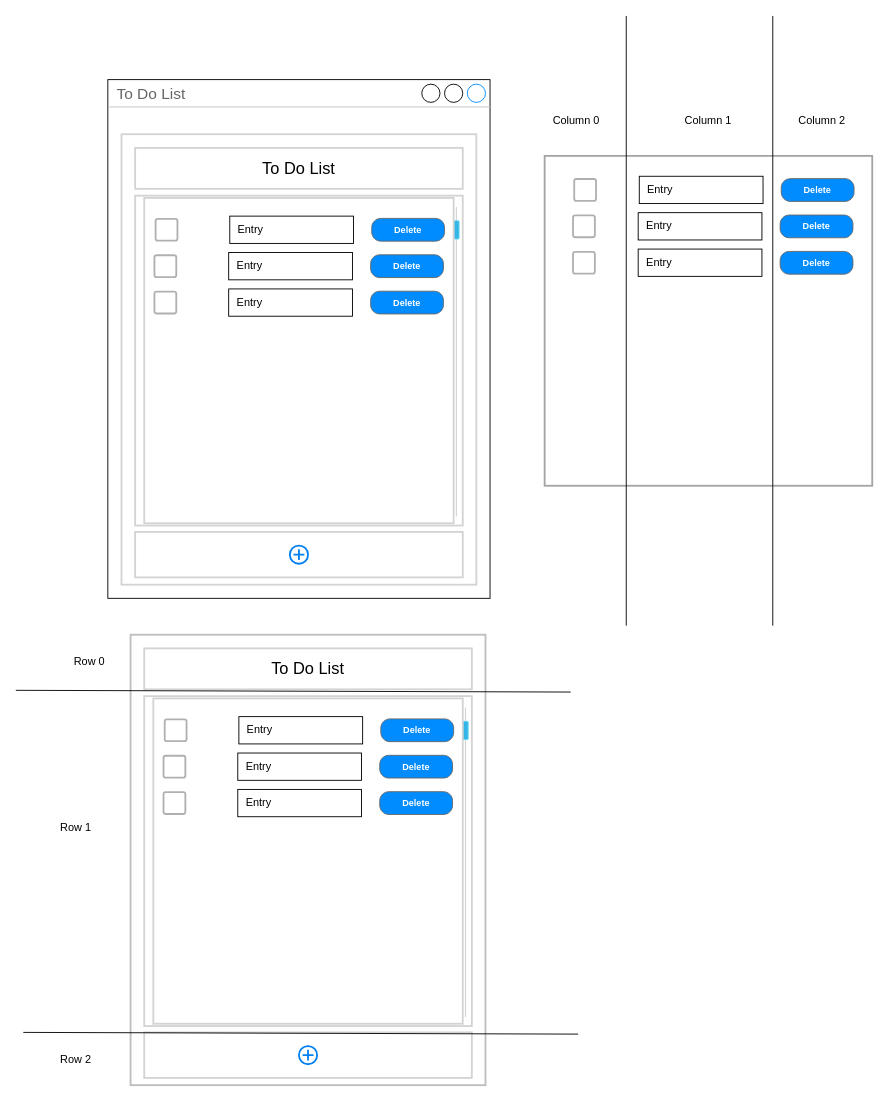
Earlier version of the draw.io diagram todo_list.drawio (MAL-12DGT-2025/create-a-todo-list-using-tkinter-MichaelHayesMC). Source tidied: cells renumbered, new cells numbered last; positions are measured from the earlier drawing's top-left corner, leaving out a move shared by most shapes. Both pictures are drawn from the tidied source at 91%, with x=0, y=0 at pixel (15, 15).
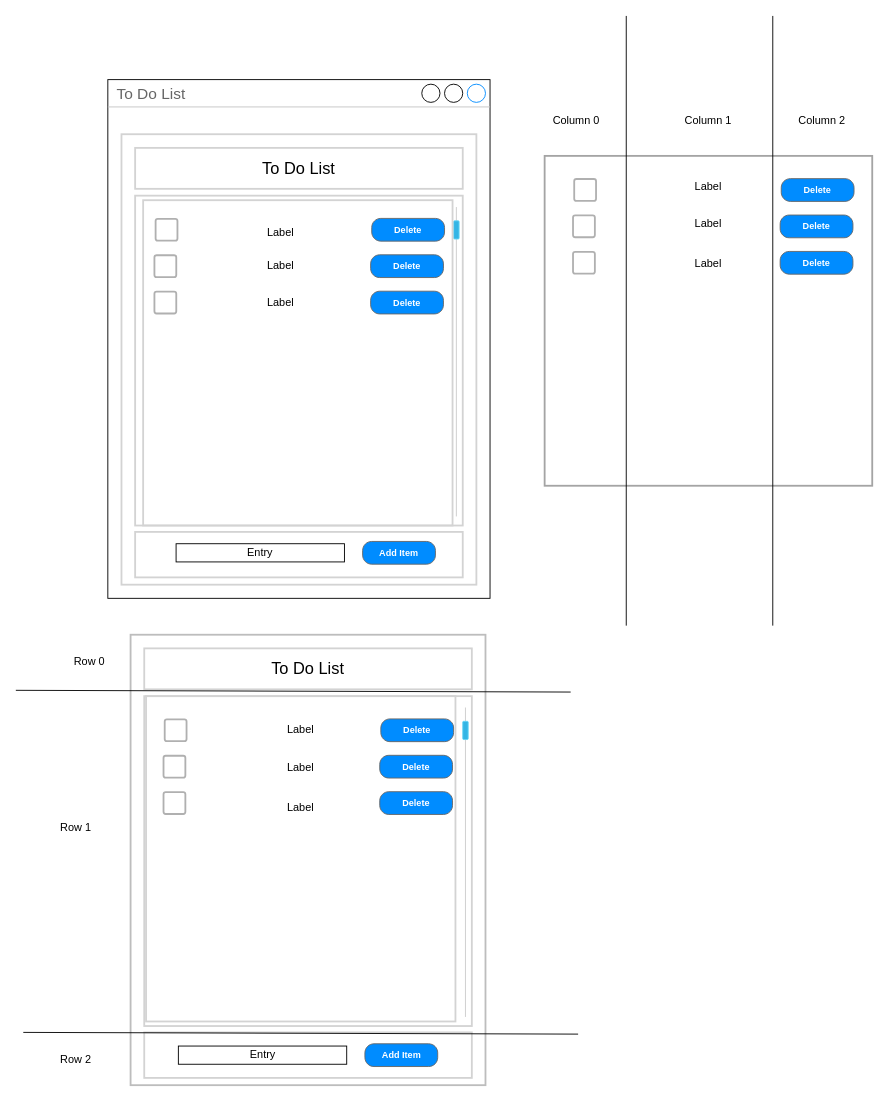
Above is the later version.

Commit message (it also covers changes not shown here):
Making To Dos

Change to the diagram source:
```diff
@@
-    <mxCell id="6" value="Entry" style="rounded=0;whiteSpace=wrap;html=1;align=left;spacingRight=4;spacingLeft=7;" parent="1" vertex="1">
-      <mxGeometry x="235" y="220" width="136" height="30" as="geometry" />
-    </mxCell>
@@
-    <mxCell id="11" style="html=1;verticalLabelPosition=bottom;align=center;labelBackgroundColor=#ffffff;verticalAlign=top;strokeWidth=2;strokeColor=#0080F0;shadow=0;dashed=0;shape=mxgraph.ios7.icons.add;" parent="1" vertex="1">
-      <mxGeometry x="301" y="582" width="20" height="20" as="geometry" />
-    </mxCell>
@@
-    <mxCell id="13" value="Entry" style="rounded=0;whiteSpace=wrap;html=1;align=left;spacingRight=4;spacingLeft=7;" parent="1" vertex="1">
-      <mxGeometry x="233.8" y="260" width="136" height="30" as="geometry" />
-    </mxCell>
@@
-    <mxCell id="16" value="Entry" style="rounded=0;whiteSpace=wrap;html=1;align=left;spacingRight=4;spacingLeft=7;" parent="1" vertex="1">
-      <mxGeometry x="233.8" y="300" width="136" height="30" as="geometry" />
-    </mxCell>
@@
-    <mxCell id="20" value="Entry" style="rounded=0;whiteSpace=wrap;html=1;align=left;spacingRight=4;spacingLeft=7;" parent="1" vertex="1">
-      <mxGeometry x="685" y="176.2" width="136" height="30" as="geometry" />
-    </mxCell>
@@
-    <mxCell id="23" value="Entry" style="rounded=0;whiteSpace=wrap;html=1;align=left;spacingRight=4;spacingLeft=7;" parent="1" vertex="1">
-      <mxGeometry x="683.8" y="216.2" width="136" height="30" as="geometry" />
-    </mxCell>
@@
-    <mxCell id="26" value="Entry" style="rounded=0;whiteSpace=wrap;html=1;align=left;spacingRight=4;spacingLeft=7;" parent="1" vertex="1">
-      <mxGeometry x="683.8" y="256.2" width="136" height="30" as="geometry" />
-    </mxCell>
@@
     <mxCell id="34" style="rounded=0;whiteSpace=wrap;html=1;fillColor=none;strokeColor=#d3d3d3;strokeWidth=2;" parent="1" vertex="1">
-      <mxGeometry x="141" y="200" width="340" height="357.5" as="geometry" />
+      <mxGeometry x="139.8" y="202.5" width="340" height="357.5" as="geometry" />
     </mxCell>
@@
-    <mxCell id="38" value="Entry" style="rounded=0;whiteSpace=wrap;html=1;align=left;spacingRight=4;spacingLeft=7;" parent="1" vertex="1">
-      <mxGeometry x="245" y="770" width="136" height="30" as="geometry" />
-    </mxCell>
@@
-    <mxCell id="43" style="html=1;verticalLabelPosition=bottom;align=center;labelBackgroundColor=#ffffff;verticalAlign=top;strokeWidth=2;strokeColor=#0080F0;shadow=0;dashed=0;shape=mxgraph.ios7.icons.add;" parent="1" vertex="1">
-      <mxGeometry x="311" y="1132" width="20" height="20" as="geometry" />
-    </mxCell>
@@
-    <mxCell id="45" value="Entry" style="rounded=0;whiteSpace=wrap;html=1;align=left;spacingRight=4;spacingLeft=7;" parent="1" vertex="1">
-      <mxGeometry x="243.8" y="810" width="136" height="30" as="geometry" />
-    </mxCell>
@@
-    <mxCell id="48" value="Entry" style="rounded=0;whiteSpace=wrap;html=1;align=left;spacingRight=4;spacingLeft=7;" parent="1" vertex="1">
-      <mxGeometry x="243.8" y="850" width="136" height="30" as="geometry" />
-    </mxCell>
@@
-    <mxCell id="51" style="rounded=0;whiteSpace=wrap;html=1;fillColor=none;strokeColor=#d3d3d3;strokeWidth=2;" parent="1" vertex="1">
-      <mxGeometry x="151" y="750" width="340" height="357.5" as="geometry" />
-    </mxCell>
@@
+    <mxCell id="57" value="Label" style="text;html=1;align=center;verticalAlign=middle;whiteSpace=wrap;rounded=0;" parent="1" vertex="1">
+      <mxGeometry x="261" y="223" width="60" height="30" as="geometry" />
+    </mxCell>
+    <mxCell id="58" value="Label" style="text;html=1;align=center;verticalAlign=middle;whiteSpace=wrap;rounded=0;" parent="1" vertex="1">
+      <mxGeometry x="261" y="260" width="60" height="30" as="geometry" />
+    </mxCell>
+    <mxCell id="59" value="Label" style="text;html=1;align=center;verticalAlign=middle;whiteSpace=wrap;rounded=0;" parent="1" vertex="1">
+      <mxGeometry x="261" y="300" width="60" height="30" as="geometry" />
+    </mxCell>
+    <mxCell id="60" value="Label" style="text;html=1;align=center;verticalAlign=middle;whiteSpace=wrap;rounded=0;" parent="1" vertex="1">
+      <mxGeometry x="731" y="172.5" width="60" height="30" as="geometry" />
+    </mxCell>
+    <mxCell id="61" value="Label" style="text;html=1;align=center;verticalAlign=middle;whiteSpace=wrap;rounded=0;" parent="1" vertex="1">
+      <mxGeometry x="731" y="213.2" width="60" height="30" as="geometry" />
+    </mxCell>
+    <mxCell id="62" value="Label" style="text;html=1;align=center;verticalAlign=middle;whiteSpace=wrap;rounded=0;" parent="1" vertex="1">
+      <mxGeometry x="731" y="257" width="60" height="30" as="geometry" />
+    </mxCell>
+    <mxCell id="63" value="Label" style="text;html=1;align=center;verticalAlign=middle;whiteSpace=wrap;rounded=0;" parent="1" vertex="1">
+      <mxGeometry x="283" y="770" width="60" height="30" as="geometry" />
+    </mxCell>
+    <mxCell id="64" value="Label" style="text;html=1;align=center;verticalAlign=middle;whiteSpace=wrap;rounded=0;" parent="1" vertex="1">
+      <mxGeometry x="283" y="810.8" width="60" height="30" as="geometry" />
+    </mxCell>
+    <mxCell id="65" value="Label" style="text;html=1;align=center;verticalAlign=middle;whiteSpace=wrap;rounded=0;" parent="1" vertex="1">
+      <mxGeometry x="283" y="854.5" width="60" height="30" as="geometry" />
+    </mxCell>
+    <mxCell id="66" style="rounded=0;whiteSpace=wrap;html=1;fillColor=none;strokeColor=#d3d3d3;strokeWidth=2;" parent="1" vertex="1">
+      <mxGeometry x="143" y="747.5" width="340" height="357.5" as="geometry" />
+    </mxCell>
+    <mxCell id="67" value="Entry" style="rounded=0;whiteSpace=wrap;html=1;" parent="1" vertex="1">
+      <mxGeometry x="176" y="580" width="185" height="20" as="geometry" />
+    </mxCell>
+    <mxCell id="68" value="Add Item" style="strokeWidth=1;shadow=0;dashed=0;align=center;html=1;shape=mxgraph.mockup.buttons.button;strokeColor=#666666;fontColor=#ffffff;mainText=;buttonStyle=round;fontSize=10;fontStyle=1;fillColor=#008cff;whiteSpace=wrap;" parent="1" vertex="1">
+      <mxGeometry x="381" y="577.5" width="80" height="25" as="geometry" />
+    </mxCell>
+    <mxCell id="69" value="Entry" style="rounded=0;whiteSpace=wrap;html=1;" parent="1" vertex="1">
+      <mxGeometry x="178.5" y="1132" width="185" height="20" as="geometry" />
+    </mxCell>
+    <mxCell id="70" value="Add Item" style="strokeWidth=1;shadow=0;dashed=0;align=center;html=1;shape=mxgraph.mockup.buttons.button;strokeColor=#666666;fontColor=#ffffff;mainText=;buttonStyle=round;fontSize=10;fontStyle=1;fillColor=#008cff;whiteSpace=wrap;" parent="1" vertex="1">
+      <mxGeometry x="383.5" y="1129.5" width="80" height="25" as="geometry" />
+    </mxCell>
```
